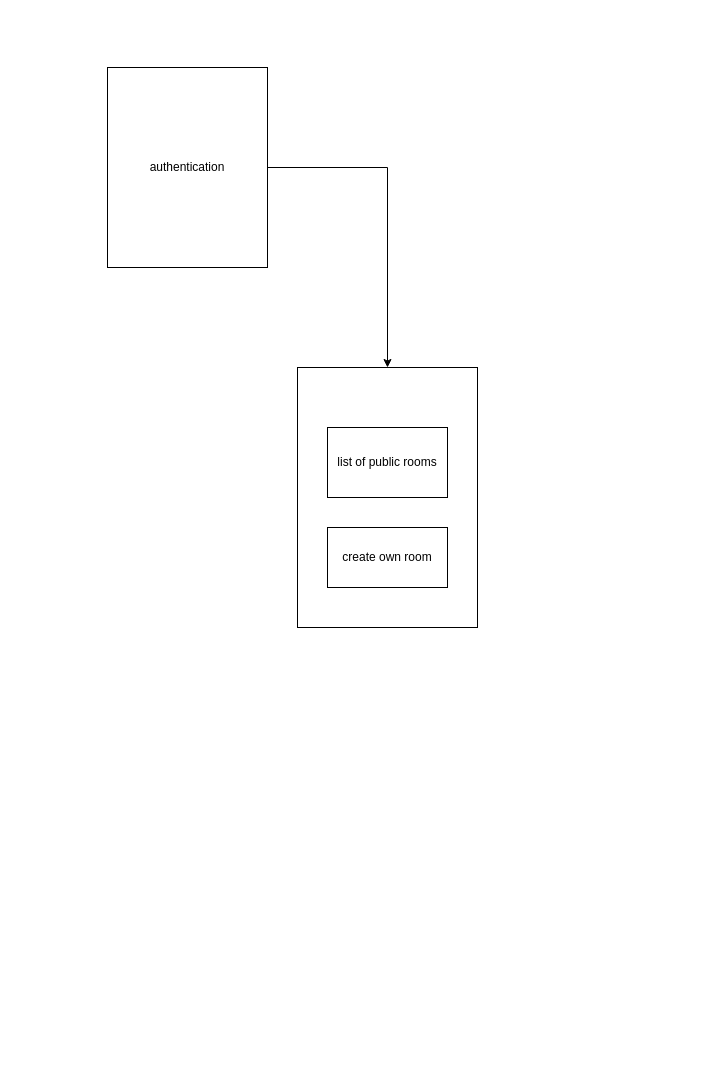
Above: Concord.drawio in abhijith-dev/abhijith-dev (draw.io), before the change. Source tidied: cells renumbered, new cells numbered last; positions are measured from the earlier drawing's top-left corner, leaving out a move shared by most shapes. Both pictures are drawn from the tidied source at 100%, with x=0, y=0 at pixel (107, 67).
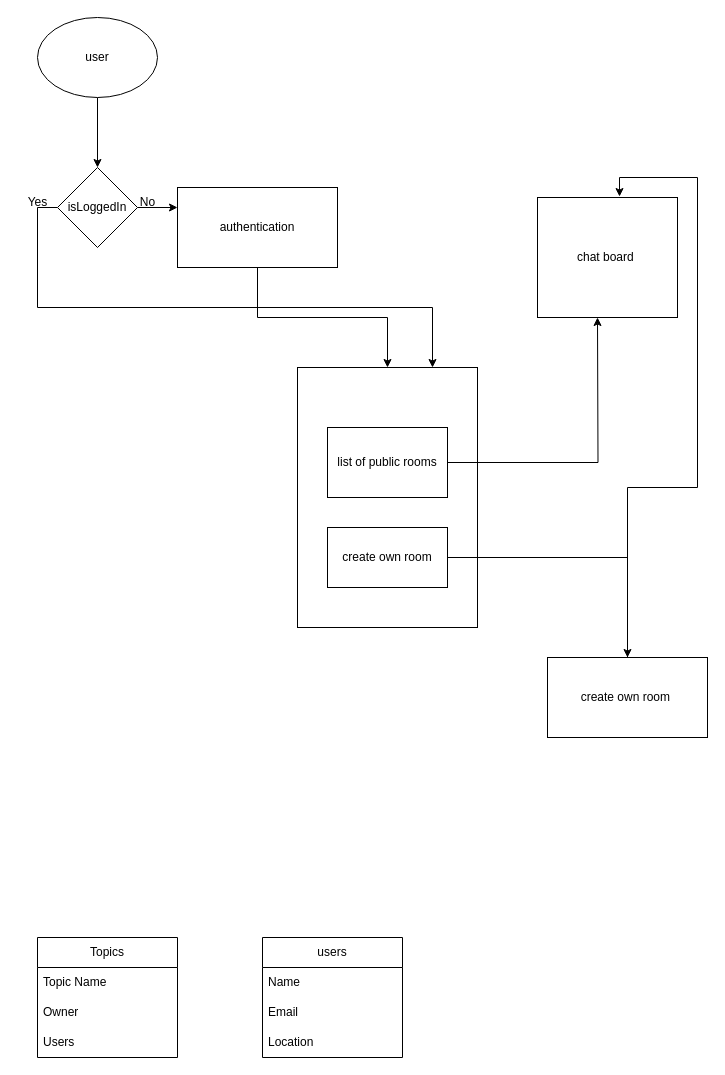
The same diagram, later.

Unchanged cells that the change refers to:
```xml
<mxCell id="4" style="rounded=0;whiteSpace=wrap;html=1;" parent="1" vertex="1">
  <mxGeometry x="190" y="300" width="180" height="260" as="geometry" />
</mxCell>
<mxCell id="5" value="list of public rooms" style="rounded=0;whiteSpace=wrap;html=1;" parent="1" vertex="1">
  <mxGeometry x="220" y="360" width="120" height="70" as="geometry" />
</mxCell>
<mxCell id="6" value="create own room" style="rounded=0;whiteSpace=wrap;html=1;" parent="1" vertex="1">
  <mxGeometry x="220" y="460" width="120" height="60" as="geometry" />
</mxCell>
```

Change to the diagram source:
```diff
@@
     <mxCell id="3" value="authentication" style="rounded=0;whiteSpace=wrap;html=1;" parent="1" vertex="1">
-      <mxGeometry width="160" height="200" as="geometry" />
+      <mxGeometry x="70" y="120" width="160" height="80" as="geometry" />
     </mxCell>
@@
+    <mxCell id="7" style="edgeStyle=orthogonalEdgeStyle;rounded=0;jettySize=auto;html=1;exitX=1;exitY=0.5;exitDx=0;exitDy=0;" parent="1" edge="1" source="5">
+      <mxGeometry relative="1" as="geometry">
+        <mxPoint x="490" y="250" as="targetPoint" />
+      </mxGeometry>
+    </mxCell>
@@
+    <mxCell id="8" style="edgeStyle=orthogonalEdgeStyle;rounded=0;jettySize=auto;html=1;exitX=1;exitY=0.5;exitDx=0;exitDy=0;" parent="1" edge="1" source="6" target="9">
+      <mxGeometry relative="1" as="geometry" />
+    </mxCell>
@@
+    <mxCell id="9" value="create own room&amp;nbsp;" style="rounded=0;whiteSpace=wrap;html=1;" parent="1" vertex="1">
+      <mxGeometry x="440" y="590" width="160" height="80" as="geometry" />
+    </mxCell>
+    <mxCell id="10" value="chat board&amp;nbsp;" style="rounded=0;whiteSpace=wrap;html=1;" parent="1" vertex="1">
+      <mxGeometry x="430" y="130" width="140" height="120" as="geometry" />
+    </mxCell>
+    <mxCell id="11" style="edgeStyle=orthogonalEdgeStyle;rounded=0;jettySize=auto;html=1;entryX=0.586;entryY=-0.008;entryDx=0;entryDy=0;entryPerimeter=0;" parent="1" edge="1" source="9" target="10">
+      <mxGeometry relative="1" as="geometry" />
+    </mxCell>
+    <mxCell id="12" style="edgeStyle=orthogonalEdgeStyle;rounded=0;jettySize=auto;html=1;exitX=0.5;exitY=1;exitDx=0;exitDy=0;entryX=0.5;entryY=0;entryDx=0;entryDy=0;" parent="1" edge="1" source="13" target="16">
+      <mxGeometry relative="1" as="geometry" />
+    </mxCell>
+    <mxCell id="13" value="user" style="ellipse;whiteSpace=wrap;html=1;" parent="1" vertex="1">
+      <mxGeometry x="-70" y="-50" width="120" height="80" as="geometry" />
+    </mxCell>
+    <mxCell id="14" style="edgeStyle=orthogonalEdgeStyle;rounded=0;jettySize=auto;html=1;exitX=1;exitY=0.5;exitDx=0;exitDy=0;entryX=0;entryY=0.25;entryDx=0;entryDy=0;" parent="1" edge="1" source="16" target="3">
+      <mxGeometry relative="1" as="geometry" />
+    </mxCell>
+    <mxCell id="15" style="edgeStyle=orthogonalEdgeStyle;rounded=0;jettySize=auto;html=1;exitX=0;exitY=0.5;exitDx=0;exitDy=0;entryX=0.75;entryY=0;entryDx=0;entryDy=0;" parent="1" edge="1" source="16" target="4">
+      <mxGeometry relative="1" as="geometry">
+        <Array as="points">
+          <mxPoint x="-70" y="140" />
+          <mxPoint x="-70" y="240" />
+          <mxPoint x="325" y="240" />
+        </Array>
+      </mxGeometry>
+    </mxCell>
+    <mxCell id="16" value="isLoggedIn" style="rhombus;whiteSpace=wrap;html=1;" parent="1" vertex="1">
+      <mxGeometry x="-50" y="100" width="80" height="80" as="geometry" />
+    </mxCell>
+    <mxCell id="17" value="No" style="text;html=1;align=center;verticalAlign=middle;strokeColor=none;fillColor=none;" parent="1" vertex="1">
+      <mxGeometry x="20" y="120" width="40" height="30" as="geometry" />
+    </mxCell>
+    <mxCell id="18" value="Yes" style="text;html=1;align=center;verticalAlign=middle;strokeColor=none;fillColor=none;" parent="1" vertex="1">
+      <mxGeometry x="-90" y="120" width="40" height="30" as="geometry" />
+    </mxCell>
+    <mxCell id="19" value="Topics" style="swimlane;fontStyle=0;horizontal=1;startSize=30;whiteSpace=wrap;html=1;" parent="1" vertex="1">
+      <mxGeometry x="-70" y="870" width="140" height="120" as="geometry" />
+    </mxCell>
+    <mxCell id="20" value="Topic Name" style="text;strokeColor=none;fillColor=none;align=left;verticalAlign=middle;spacingLeft=4;spacingRight=4;overflow=hidden;whiteSpace=wrap;html=1;" parent="19" vertex="1">
+      <mxGeometry y="30" width="140" height="30" as="geometry" />
+    </mxCell>
+    <mxCell id="21" value="Owner" style="text;strokeColor=none;fillColor=none;align=left;verticalAlign=middle;spacingLeft=4;spacingRight=4;overflow=hidden;whiteSpace=wrap;html=1;" parent="19" vertex="1">
+      <mxGeometry y="60" width="140" height="30" as="geometry" />
+    </mxCell>
+    <mxCell id="22" value="Users" style="text;strokeColor=none;fillColor=none;align=left;verticalAlign=middle;spacingLeft=4;spacingRight=4;overflow=hidden;whiteSpace=wrap;html=1;" parent="19" vertex="1">
+      <mxGeometry y="90" width="140" height="30" as="geometry" />
+    </mxCell>
+    <mxCell id="23" value="users" style="swimlane;fontStyle=0;horizontal=1;startSize=30;whiteSpace=wrap;html=1;" parent="1" vertex="1">
+      <mxGeometry x="155" y="870" width="140" height="120" as="geometry" />
+    </mxCell>
+    <mxCell id="24" value="Name" style="text;strokeColor=none;fillColor=none;align=left;verticalAlign=middle;spacingLeft=4;spacingRight=4;overflow=hidden;whiteSpace=wrap;html=1;" parent="23" vertex="1">
+      <mxGeometry y="30" width="140" height="30" as="geometry" />
+    </mxCell>
+    <mxCell id="25" value="Email" style="text;strokeColor=none;fillColor=none;align=left;verticalAlign=middle;spacingLeft=4;spacingRight=4;overflow=hidden;whiteSpace=wrap;html=1;" parent="23" vertex="1">
+      <mxGeometry y="60" width="140" height="30" as="geometry" />
+    </mxCell>
+    <mxCell id="26" value="Location" style="text;strokeColor=none;fillColor=none;align=left;verticalAlign=middle;spacingLeft=4;spacingRight=4;overflow=hidden;whiteSpace=wrap;html=1;" parent="23" vertex="1">
+      <mxGeometry y="90" width="140" height="30" as="geometry" />
+    </mxCell>
```
